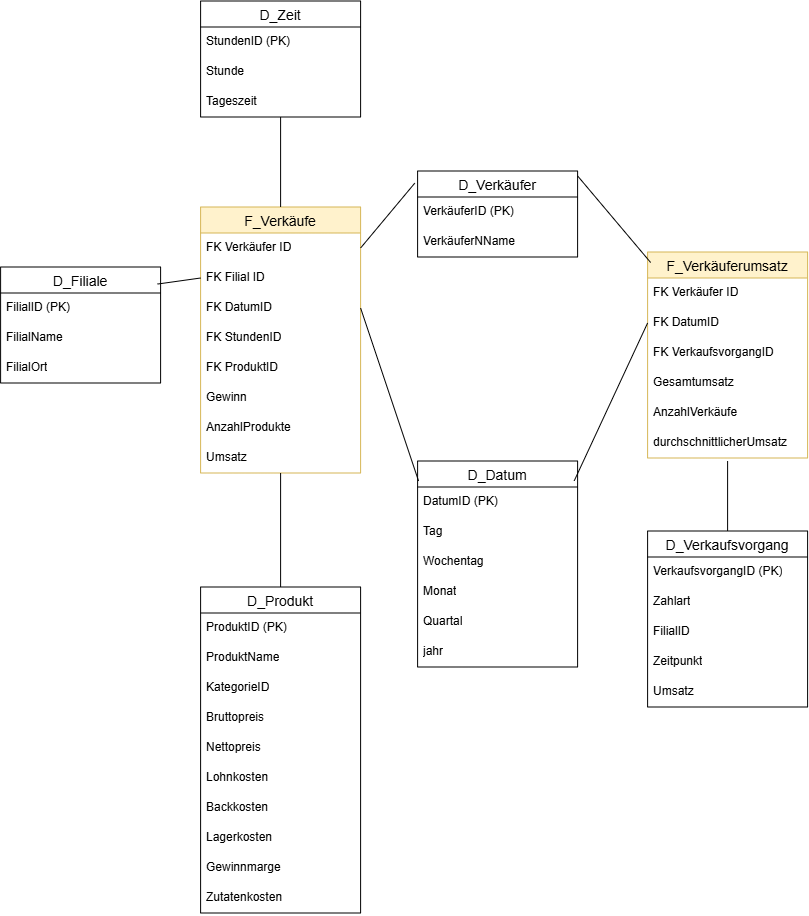
Earlier version of the draw.io export Präsentation/Galaxyschema_BrotZeit.png (Thoerchen/BackZeit). Source tidied: cells renumbered, new cells last; positions are measured from the earlier drawing's top-left corner, leaving out a move shared by most shapes.
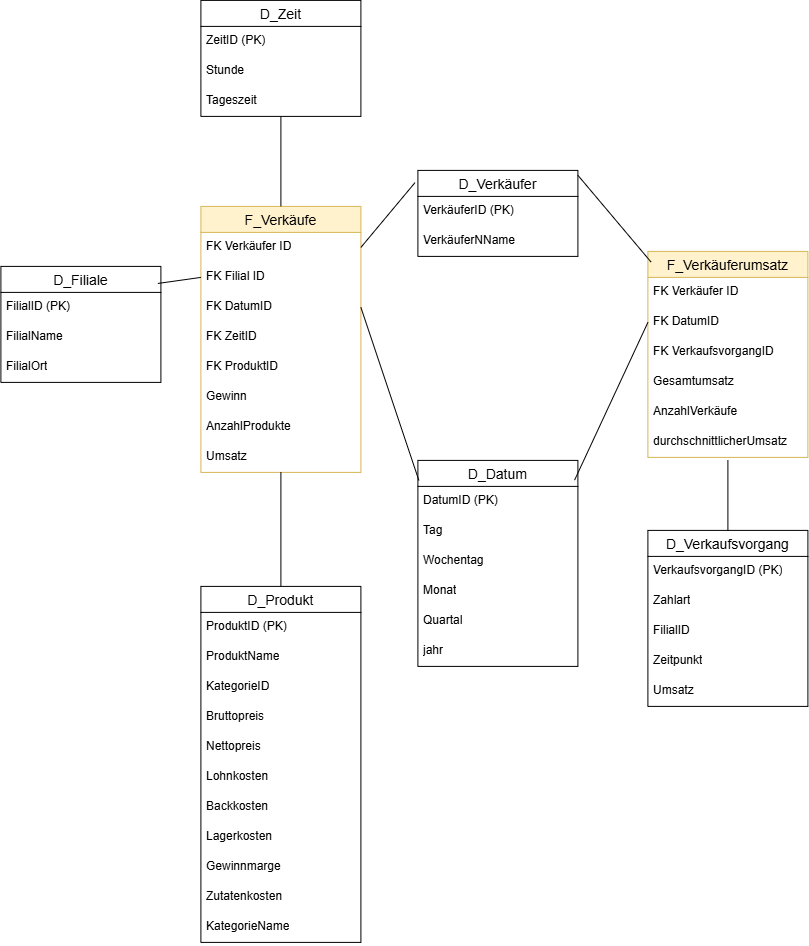
The same file after the commit.

Change to the diagram source:
```diff
@@ -14,7 +14,7 @@
     <mxCell id="5" value="FK DatumID" style="text;strokeColor=none;fillColor=none;spacingLeft=4;spacingRight=4;overflow=hidden;points=[[0,0.5],[1,0.5]];portConstraint=eastwest;fontSize=12;whiteSpace=wrap;html=1;" parent="2" vertex="1">
       <mxGeometry y="86" width="160" height="30" as="geometry" />
     </mxCell>
-    <mxCell id="6" value="FK StundenID" style="text;strokeColor=none;fillColor=none;spacingLeft=4;spacingRight=4;overflow=hidden;fontSize=12;whiteSpace=wrap;html=1;" parent="2" vertex="1">
+    <mxCell id="6" value="FK ZeitID" style="text;strokeColor=none;fillColor=none;spacingLeft=4;spacingRight=4;overflow=hidden;fontSize=12;whiteSpace=wrap;html=1;" parent="2" vertex="1">
       <mxGeometry y="116" width="160" height="30" as="geometry" />
     </mxCell>
     <mxCell id="7" value="FK ProduktID" style="text;strokeColor=none;fillColor=none;spacingLeft=4;spacingRight=4;overflow=hidden;fontSize=12;whiteSpace=wrap;html=1;" parent="2" vertex="1">
@@ -74,7 +74,7 @@
     <mxCell id="25" value="D_Zeit" style="swimlane;fontStyle=0;horizontal=1;startSize=26;align=center;fontSize=14;" parent="1" vertex="1">
       <mxGeometry x="200" width="160" height="116" as="geometry" />
     </mxCell>
-    <mxCell id="26" value="StundenID (PK)" style="text;strokeColor=none;fillColor=none;spacingLeft=4;spacingRight=4;overflow=hidden;fontSize=12;whiteSpace=wrap;html=1;" parent="25" vertex="1">
+    <mxCell id="26" value="ZeitID (PK)" style="text;strokeColor=none;fillColor=none;spacingLeft=4;spacingRight=4;overflow=hidden;fontSize=12;whiteSpace=wrap;html=1;" parent="25" vertex="1">
       <mxGeometry y="26" width="160" height="30" as="geometry" />
     </mxCell>
     <mxCell id="27" value="Stunde" style="text;strokeColor=none;fillColor=none;spacingLeft=4;spacingRight=4;overflow=hidden;fontSize=12;whiteSpace=wrap;html=1;" parent="25" vertex="1">
@@ -84,7 +84,7 @@
       <mxGeometry y="86" width="160" height="30" as="geometry" />
     </mxCell>
     <mxCell id="29" value="D_Produkt" style="swimlane;fontStyle=0;horizontal=1;startSize=26;align=center;fontSize=14;" parent="1" vertex="1">
-      <mxGeometry x="200" y="586" width="160" height="326" as="geometry" />
+      <mxGeometry x="200" y="586" width="160" height="356" as="geometry" />
     </mxCell>
     <mxCell id="30" value="ProduktID (PK)" style="text;strokeColor=none;fillColor=none;spacingLeft=4;spacingRight=4;overflow=hidden;fontSize=12;whiteSpace=wrap;html=1;" parent="29" vertex="1">
       <mxGeometry y="26" width="160" height="30" as="geometry" />
@@ -116,6 +116,9 @@
     <mxCell id="39" value="Zutatenkosten" style="text;strokeColor=none;fillColor=none;spacingLeft=4;spacingRight=4;overflow=hidden;fontSize=12;whiteSpace=wrap;html=1;" parent="29" vertex="1">
       <mxGeometry y="296" width="160" height="30" as="geometry" />
     </mxCell>
+    <mxCell id="61" value="KategorieName" style="text;strokeColor=none;fillColor=none;spacingLeft=4;spacingRight=4;overflow=hidden;fontSize=12;whiteSpace=wrap;html=1;" parent="29" vertex="1">
+      <mxGeometry y="326" width="160" height="30" as="geometry" />
+    </mxCell>
     <mxCell id="40" style="endArrow=none;html=1;rounded=0;entryX=0.5;entryY=1;entryDx=0;entryDy=0;exitX=0.5;exitY=0;exitDx=0;exitDy=0;" parent="1" edge="1" source="2" target="25">
       <mxGeometry relative="1" as="geometry" />
     </mxCell>
```
